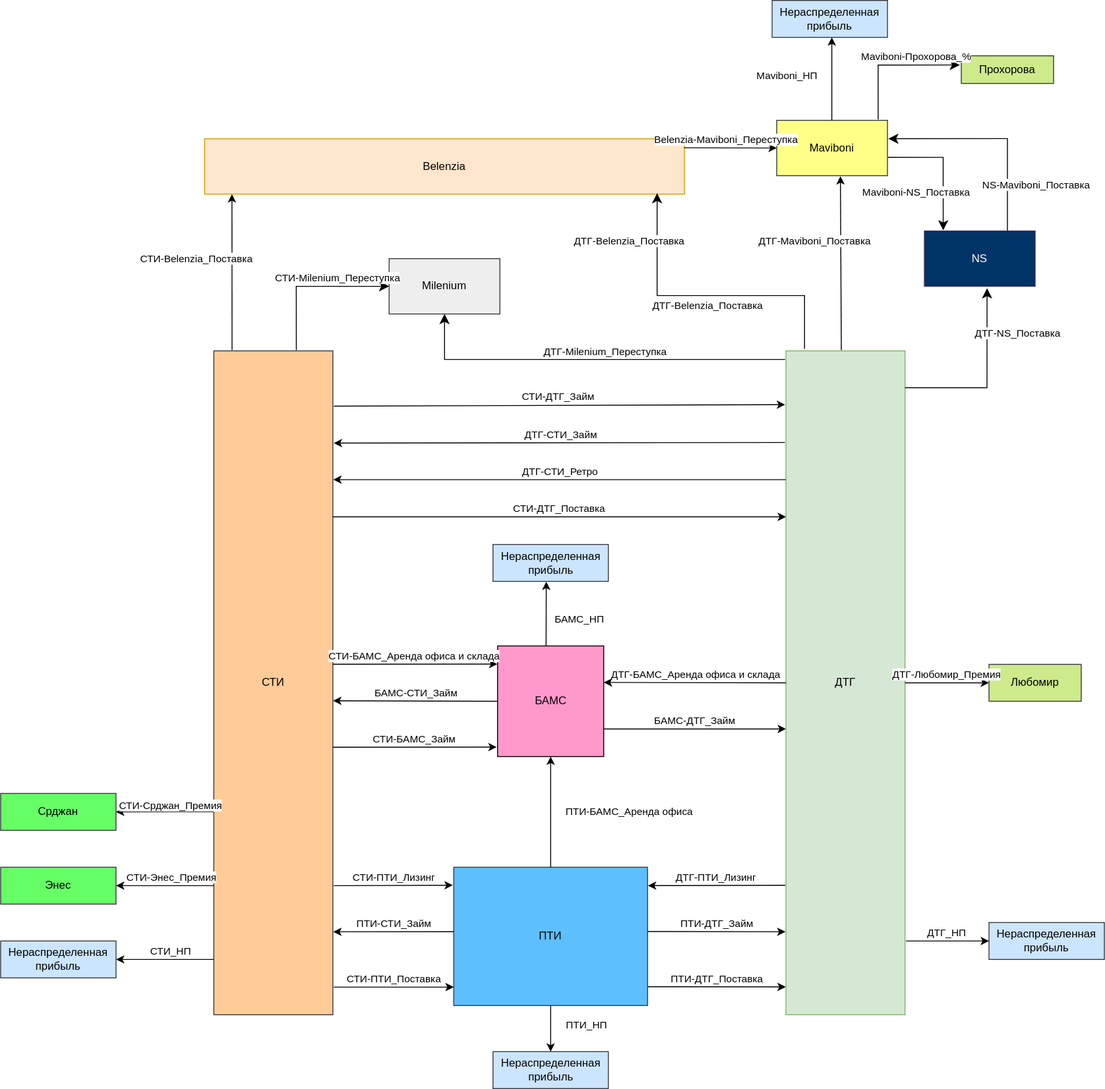
Earlier version of the draw.io export public/images/schemas/interactions.svg (vsk-Result/sti-oms). Source tidied: cells renumbered, new cells last; positions are measured from the earlier drawing's top-left corner, leaving out a move shared by most shapes.
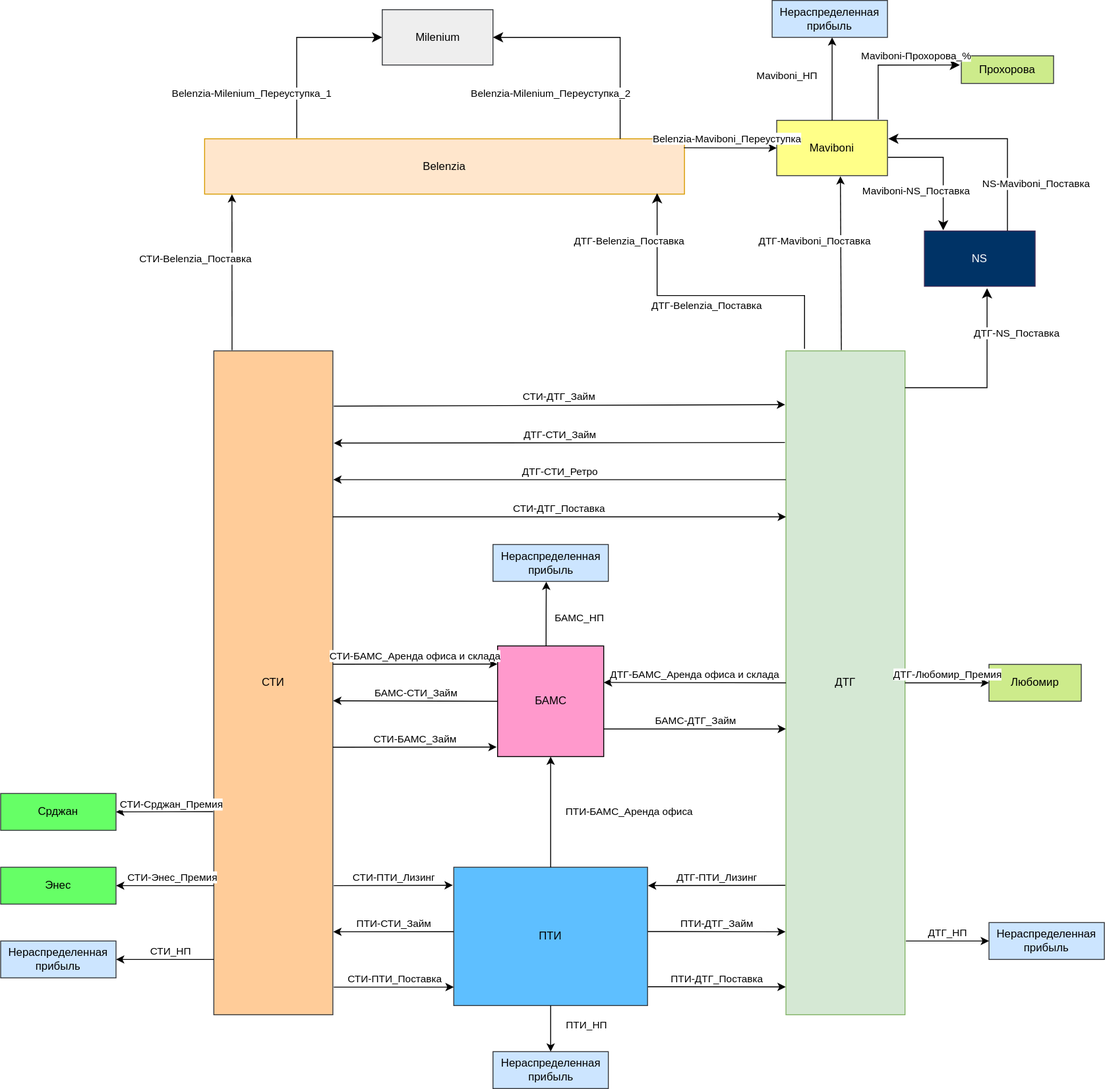
After the commit.

What changed in the source:
```diff
@@ -243,28 +243,28 @@
     <mxCell id="63" style="endArrow=classic;html=1;rounded=0;exitX=0.999;exitY=0.164;exitDx=0;exitDy=0;exitPerimeter=0;entryX=0;entryY=0.5;entryDx=0;entryDy=0;" parent="1" edge="1" source="41" target="47">
       <mxGeometry relative="1" as="geometry" />
     </mxCell>
-    <mxCell id="64" value="Belenzia-Maviboni_Переступка" style="edgeLabel;html=1;align=center;verticalAlign=middle;" parent="63" vertex="1">
+    <mxCell id="64" value="Belenzia-Maviboni_Переуступка" style="edgeLabel;html=1;align=center;verticalAlign=middle;" parent="63" vertex="1">
       <mxGeometry x="-0.09" y="1" relative="1" as="geometry">
         <mxPoint y="-9" as="offset" />
       </mxGeometry>
     </mxCell>
     <mxCell id="65" value="Milenium" style="rounded=0;whiteSpace=wrap;html=1;fillColor=#eeeeee;strokeColor=#36393d;" parent="1" vertex="1">
-      <mxGeometry x="421" y="280" width="120" height="60" as="geometry" />
+      <mxGeometry x="413.5" y="10" width="120" height="60" as="geometry" />
     </mxCell>
-    <mxCell id="66" style="edgeStyle=segmentEdgeStyle;endArrow=none;html=1;curved=0;rounded=0;endSize=8;startSize=8;endFill=0;startArrow=classic;startFill=1;entryX=0.693;entryY=-0.001;entryDx=0;entryDy=0;entryPerimeter=0;exitX=0;exitY=0.5;exitDx=0;exitDy=0;" parent="1" edge="1" source="65" target="15">
+    <mxCell id="66" style="edgeStyle=segmentEdgeStyle;endArrow=none;html=1;curved=0;rounded=0;endSize=8;startSize=8;endFill=0;startArrow=classic;startFill=1;exitX=0;exitY=0.5;exitDx=0;exitDy=0;entryX=0.192;entryY=-0.01;entryDx=0;entryDy=0;entryPerimeter=0;" parent="1" edge="1" source="65" target="41">
       <mxGeometry relative="1" as="geometry" />
     </mxCell>
-    <mxCell id="67" value="СТИ-Milenium_Переступка" style="edgeLabel;html=1;align=center;verticalAlign=middle;" parent="66" vertex="1">
+    <mxCell id="67" value="Belenzia-Milenium_Переуступка_1" style="edgeLabel;html=1;align=center;verticalAlign=middle;" parent="66" vertex="1">
       <mxGeometry x="-0.21" y="-1" relative="1" as="geometry">
-        <mxPoint x="10" y="-9" as="offset" />
+        <mxPoint x="-62" y="61" as="offset" />
       </mxGeometry>
     </mxCell>
-    <mxCell id="68" style="edgeStyle=segmentEdgeStyle;endArrow=classic;html=1;curved=0;rounded=0;endSize=8;startSize=8;endFill=1;startArrow=none;startFill=0;entryX=0.5;entryY=1;entryDx=0;entryDy=0;exitX=-0.007;exitY=0.013;exitDx=0;exitDy=0;exitPerimeter=0;" parent="1" edge="1" source="2" target="65">
+    <mxCell id="68" style="edgeStyle=segmentEdgeStyle;endArrow=none;html=1;curved=0;rounded=0;endSize=8;startSize=8;endFill=0;startArrow=classic;startFill=1;exitX=1;exitY=0.5;exitDx=0;exitDy=0;entryX=0.866;entryY=0;entryDx=0;entryDy=0;entryPerimeter=0;" parent="1" edge="1" source="65" target="41">
       <mxGeometry relative="1" as="geometry" />
     </mxCell>
-    <mxCell id="69" value="ДТГ-Milenium_Переступка" style="edgeLabel;html=1;align=center;verticalAlign=middle;" parent="68" vertex="1">
+    <mxCell id="69" value="Belenzia-Milenium_Переуступка_2" style="edgeLabel;html=1;align=center;verticalAlign=middle;" parent="68" vertex="1">
       <mxGeometry x="-0.21" y="-1" relative="1" as="geometry">
-        <mxPoint x="-31" y="-8" as="offset" />
+        <mxPoint x="-36" y="59" as="offset" />
       </mxGeometry>
     </mxCell>
     <mxCell id="70" value="СТИ-БАМС_Займ" style="endArrow=classic;html=1;rounded=0;labelPosition=center;verticalLabelPosition=top;align=center;verticalAlign=bottom;exitX=1;exitY=0.597;exitDx=0;exitDy=0;entryX=-0.009;entryY=0.914;entryDx=0;entryDy=0;entryPerimeter=0;exitPerimeter=0;" parent="1" edge="1" source="15" target="28">
```
